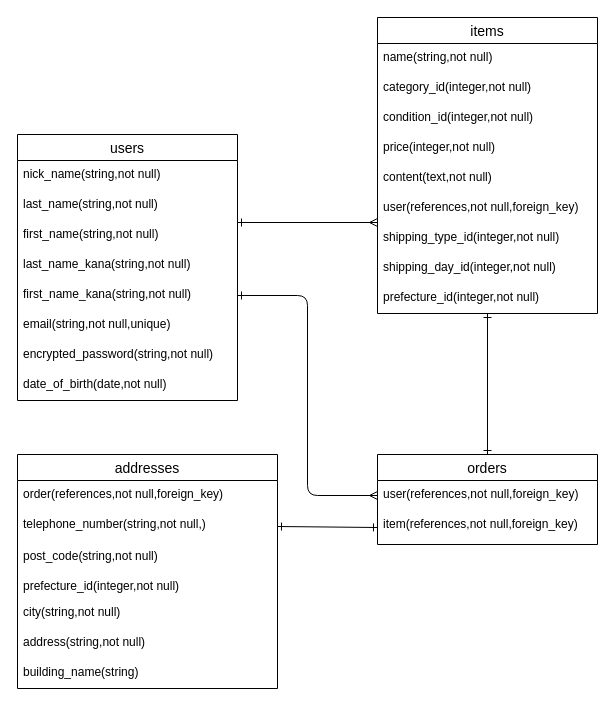
Earlier version of the draw.io diagram er.dio (kamukamu-lemon/furima-42235). Source tidied: cells renumbered, new cells numbered last; positions are measured from the earlier drawing's top-left corner, leaving out a move shared by most shapes. Both pictures are drawn from the tidied source at 100%, with x=0, y=0 at pixel (17, 17).
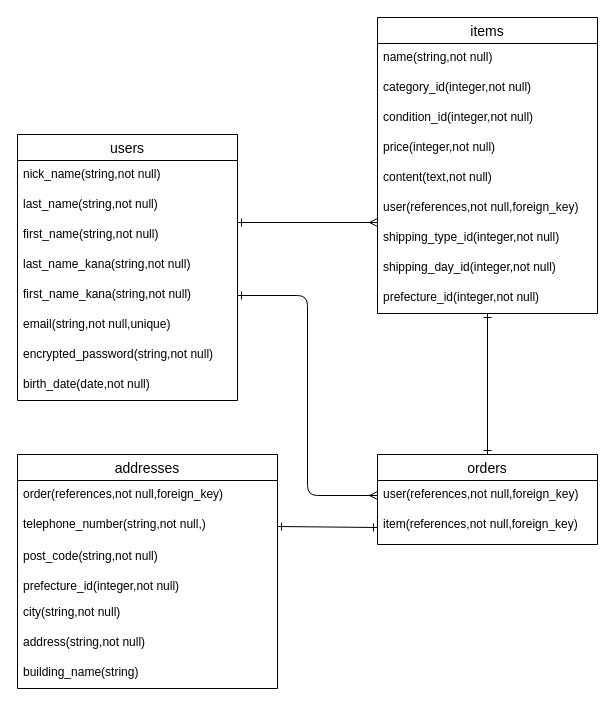
The same page after the edit.

The change refers to these unchanged cells:
```xml
<mxCell id="2" value="users" style="swimlane;fontStyle=0;horizontal=1;startSize=26;align=center;fontSize=14;" parent="1" vertex="1">
  <mxGeometry y="117" width="220" height="266" as="geometry" />
</mxCell>
```

The edit, as a diff of the source:
```diff
@@
-    <mxCell id="10" value="date_of_birth(date,not null)" style="text;strokeColor=none;fillColor=none;spacingLeft=4;spacingRight=4;overflow=hidden;fontSize=12;whiteSpace=wrap;html=1;" parent="2" vertex="1">
+    <mxCell id="10" value="birth_date(date,not null)" style="text;strokeColor=none;fillColor=none;spacingLeft=4;spacingRight=4;overflow=hidden;fontSize=12;whiteSpace=wrap;html=1;" parent="2" vertex="1">
       <mxGeometry y="236" width="220" height="30" as="geometry" />
     </mxCell>
```
